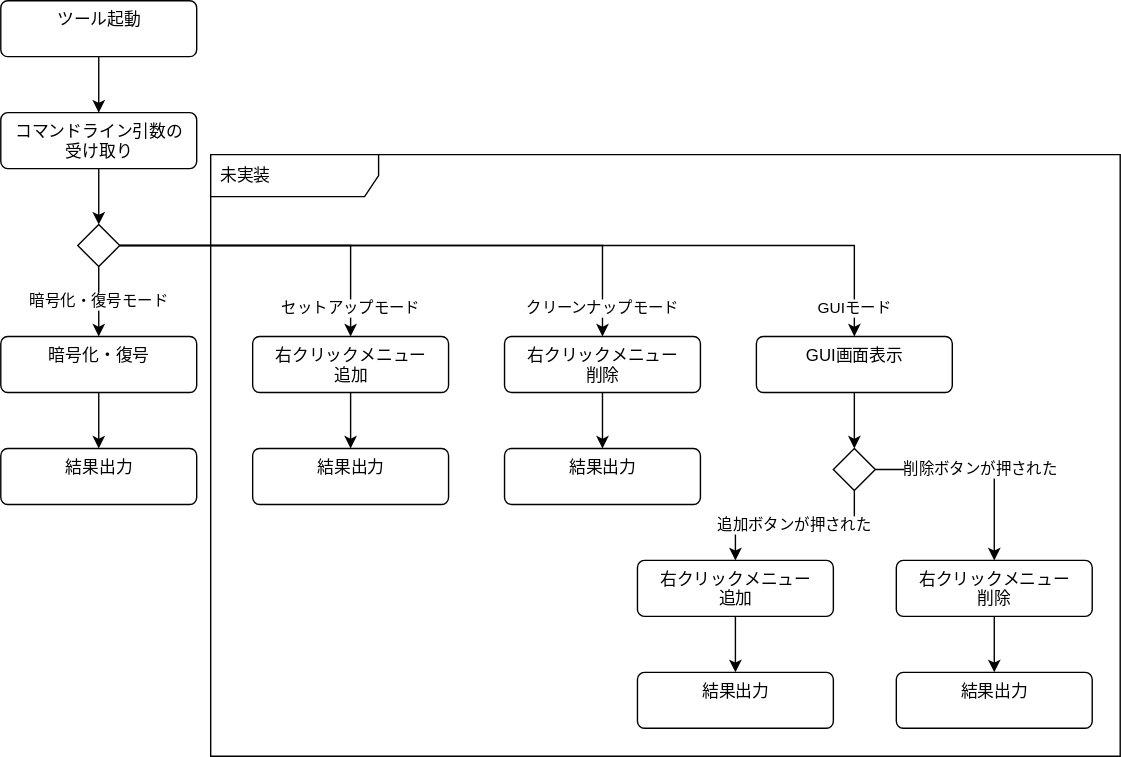
The draw.io diagram document/flow.drawio.svg in aoki-soft/CryptoTool, before a commit. Source tidied: cells renumbered, new cells last; positions are measured from the earlier drawing's top-left corner, leaving out a move shared by most shapes.
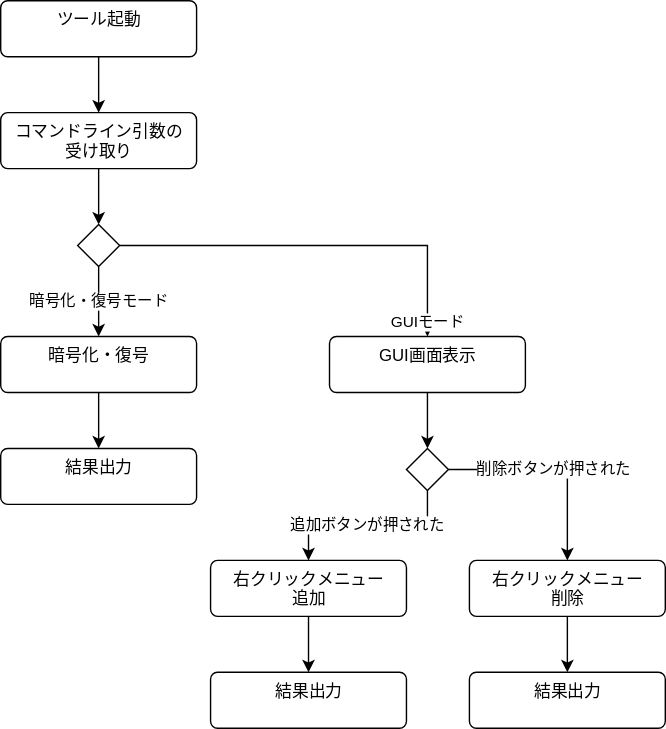
After the commit.

What changed in the source:
```diff
@@ -2,57 +2,36 @@
   <root>
     <mxCell id="0" />
     <mxCell id="1" parent="0" />
-    <mxCell id="2" value="未実装" style="shape=umlFrame;whiteSpace=wrap;html=1;width=120;height=30;boundedLbl=1;verticalAlign=middle;align=left;spacingLeft=5;" parent="1" vertex="1">
-      <mxGeometry x="150" y="110" width="650" height="430" as="geometry" />
-    </mxCell>
     <mxCell id="3" style="edgeStyle=orthogonalEdgeStyle;rounded=0;jettySize=auto;html=1;" parent="1" edge="1" source="4" target="6">
       <mxGeometry relative="1" as="geometry" />
     </mxCell>
     <mxCell id="4" value="ツール起動" style="html=1;align=center;verticalAlign=top;rounded=1;absoluteArcSize=1;arcSize=10;dashed=0;" parent="1" vertex="1">
-      <mxGeometry width="140" height="40" as="geometry" />
+      <mxGeometry x="305" width="140" height="40" as="geometry" />
     </mxCell>
     <mxCell id="5" style="edgeStyle=orthogonalEdgeStyle;rounded=0;jettySize=auto;html=1;" parent="1" edge="1" source="6" target="11">
       <mxGeometry relative="1" as="geometry" />
     </mxCell>
     <mxCell id="6" value="コマンドライン引数の&lt;br&gt;受け取り" style="html=1;align=center;verticalAlign=top;rounded=1;absoluteArcSize=1;arcSize=10;dashed=0;" parent="1" vertex="1">
-      <mxGeometry y="80" width="140" height="40" as="geometry" />
+      <mxGeometry x="305" y="80" width="140" height="40" as="geometry" />
     </mxCell>
     <mxCell id="7" value="暗号化・復号モード" style="edgeStyle=orthogonalEdgeStyle;rounded=0;jettySize=auto;html=1;" parent="1" edge="1" source="11" target="13">
       <mxGeometry relative="1" as="geometry" />
     </mxCell>
-    <mxCell id="8" value="セットアップモード" style="edgeStyle=orthogonalEdgeStyle;rounded=0;jettySize=auto;html=1;" parent="1" edge="1" source="11" target="16">
-      <mxGeometry x="0.83" relative="1" as="geometry" />
-    </mxCell>
-    <mxCell id="9" value="クリーンナップモード" style="edgeStyle=orthogonalEdgeStyle;rounded=0;jettySize=auto;html=1;" parent="1" edge="1" source="11" target="18">
-      <mxGeometry x="0.9" relative="1" as="geometry" />
-    </mxCell>
     <mxCell id="10" value="GUIモード" style="edgeStyle=orthogonalEdgeStyle;rounded=0;jettySize=auto;html=1;" parent="1" edge="1" source="11" target="20">
       <mxGeometry x="0.93" relative="1" as="geometry" />
     </mxCell>
     <mxCell id="11" style="rhombus;" parent="1" vertex="1">
-      <mxGeometry x="55" y="160" width="30" height="30" as="geometry" />
+      <mxGeometry x="360" y="160" width="30" height="30" as="geometry" />
     </mxCell>
     <mxCell id="12" style="edgeStyle=orthogonalEdgeStyle;rounded=0;jettySize=auto;html=1;" parent="1" edge="1" source="13" target="14">
       <mxGeometry relative="1" as="geometry" />
     </mxCell>
     <mxCell id="13" value="暗号化・復号" style="html=1;align=center;verticalAlign=top;rounded=1;absoluteArcSize=1;arcSize=10;dashed=0;" parent="1" vertex="1">
-      <mxGeometry y="240" width="140" height="40" as="geometry" />
+      <mxGeometry x="305" y="240" width="140" height="40" as="geometry" />
     </mxCell>
     <mxCell id="14" value="結果出力" style="html=1;align=center;verticalAlign=top;rounded=1;absoluteArcSize=1;arcSize=10;dashed=0;" parent="1" vertex="1">
-      <mxGeometry y="320" width="140" height="40" as="geometry" />
+      <mxGeometry x="305" y="320" width="140" height="40" as="geometry" />
     </mxCell>
-    <mxCell id="15" style="edgeStyle=orthogonalEdgeStyle;rounded=0;jettySize=auto;html=1;" parent="1" edge="1" source="16" target="24">
-      <mxGeometry relative="1" as="geometry" />
-    </mxCell>
-    <mxCell id="16" value="右クリックメニュー&lt;br&gt;追加" style="html=1;align=center;verticalAlign=top;rounded=1;absoluteArcSize=1;arcSize=10;dashed=0;" parent="1" vertex="1">
-      <mxGeometry x="180" y="240" width="140" height="40" as="geometry" />
-    </mxCell>
-    <mxCell id="17" style="edgeStyle=orthogonalEdgeStyle;rounded=0;jettySize=auto;html=1;" parent="1" edge="1" source="18" target="25">
-      <mxGeometry relative="1" as="geometry" />
-    </mxCell>
-    <mxCell id="18" value="右クリックメニュー&lt;br&gt;削除" style="html=1;align=center;verticalAlign=top;rounded=1;absoluteArcSize=1;arcSize=10;dashed=0;" parent="1" vertex="1">
-      <mxGeometry x="360" y="240" width="140" height="40" as="geometry" />
-    </mxCell>
     <mxCell id="19" style="edgeStyle=orthogonalEdgeStyle;rounded=0;jettySize=auto;html=1;" parent="1" edge="1" source="20" target="23">
       <mxGeometry relative="1" as="geometry" />
     </mxCell>
@@ -68,12 +47,6 @@
     <mxCell id="23" style="rhombus;" parent="1" vertex="1">
       <mxGeometry x="595" y="320" width="30" height="30" as="geometry" />
     </mxCell>
-    <mxCell id="24" value="結果出力" style="html=1;align=center;verticalAlign=top;rounded=1;absoluteArcSize=1;arcSize=10;dashed=0;" parent="1" vertex="1">
-      <mxGeometry x="180" y="320" width="140" height="40" as="geometry" />
-    </mxCell>
-    <mxCell id="25" value="結果出力" style="html=1;align=center;verticalAlign=top;rounded=1;absoluteArcSize=1;arcSize=10;dashed=0;" parent="1" vertex="1">
-      <mxGeometry x="360" y="320" width="140" height="40" as="geometry" />
-    </mxCell>
     <mxCell id="26" style="edgeStyle=orthogonalEdgeStyle;rounded=0;jettySize=auto;html=1;" parent="1" edge="1" source="27" target="31">
       <mxGeometry relative="1" as="geometry" />
     </mxCell>
```
